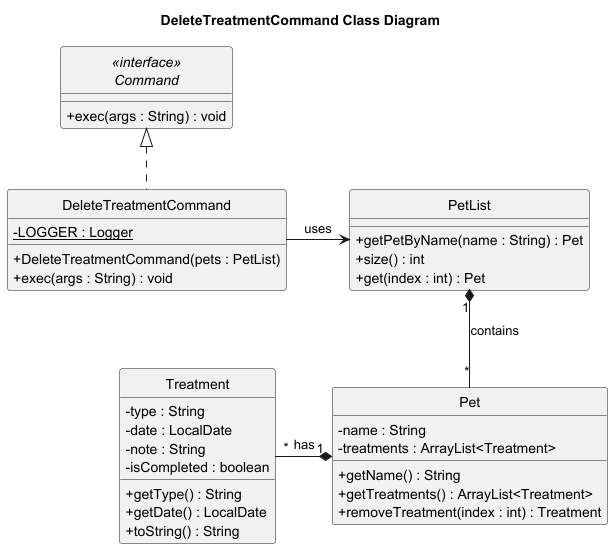
Earlier version of the PlantUML export docs/diagrams/DeleteTreatmentCommand_Class_Diagram.png (Kevin88866/tp).
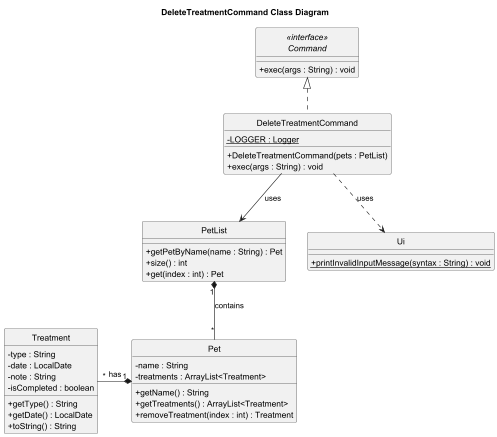
The same file after the commit.

Diff of the diagram source:
```diff
@@ -37,8 +37,13 @@
     + toString() : String
 }
 
+class Ui {
+    + {static} printInvalidInputMessage(syntax : String) : void
+}
+
 Command <|.. DeleteTreatmentCommand
-DeleteTreatmentCommand -right-> PetList : uses
+DeleteTreatmentCommand -down-> PetList : uses
+DeleteTreatmentCommand ..> Ui : uses
 PetList "1" *-- "*" Pet : contains
 Pet "1" *-left- "*" Treatment : has
 
```
